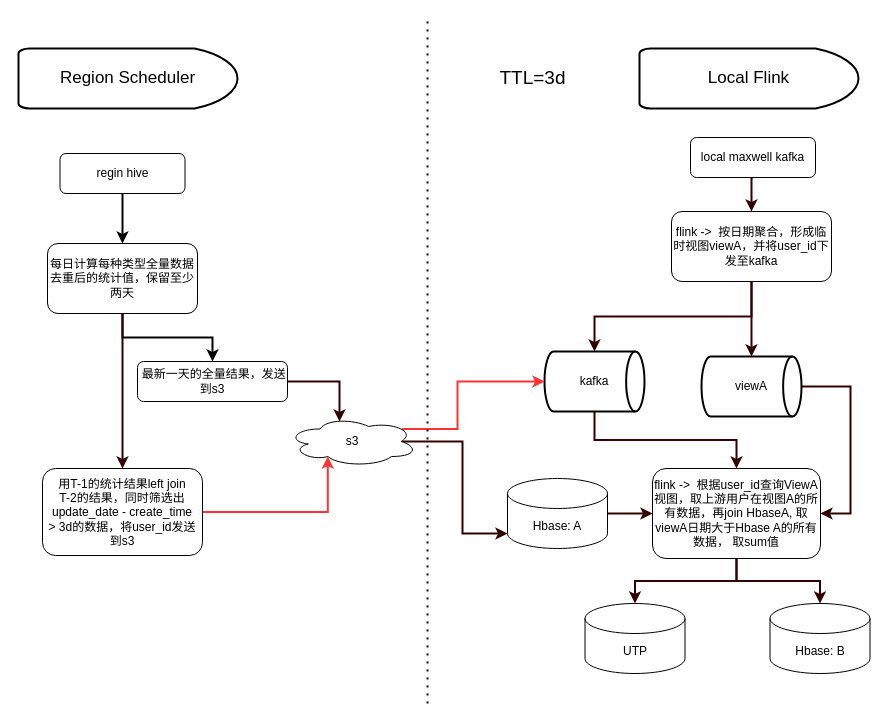
This is 未命名绘图.drawio from LadyTao/flink-study, a draw.io file, before an edit. Source tidied: cells renumbered, new cells numbered last; positions are measured from the earlier drawing's top-left corner, leaving out a move shared by most shapes. Both pictures are drawn from the tidied source at 100%, with x=0, y=0 at pixel (18, 18).
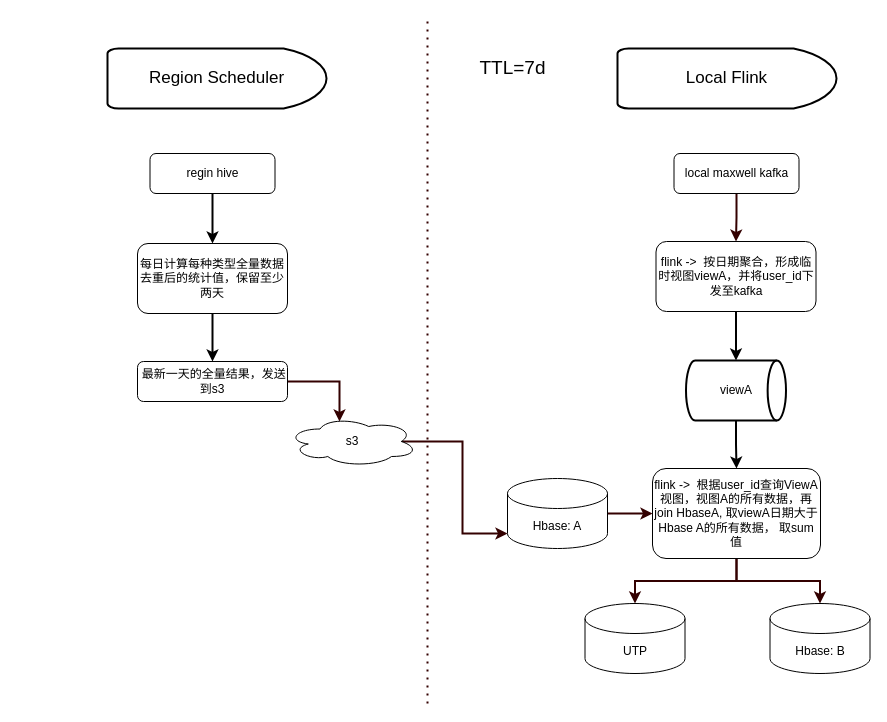
The same page after the edit.

Commit message:
更新未命名绘图.drawio

The change refers to these unchanged cells:
```xml
<mxCell id="29" value="s3" style="ellipse;shape=cloud;whiteSpace=wrap;html=1;" parent="1" vertex="1">
  <mxGeometry x="269" y="398" width="130" height="50" as="geometry" />
</mxCell>
```

The edit, as a diff of the source:
```diff
@@
     <mxCell id="3" value="regin hive" style="rounded=1;whiteSpace=wrap;html=1;" parent="1" vertex="1">
-      <mxGeometry x="41.5" y="135" width="125" height="40" as="geometry" />
+      <mxGeometry x="131.5" y="135" width="125" height="40" as="geometry" />
     </mxCell>
@@
     <mxCell id="5" value="local maxwell kafka" style="rounded=1;whiteSpace=wrap;html=1;" parent="1" vertex="1">
-      <mxGeometry x="672" y="119" width="125" height="40" as="geometry" />
+      <mxGeometry x="655.5" y="135" width="125" height="40" as="geometry" />
     </mxCell>
@@
-    <mxCell id="7" style="edgeStyle=orthogonalEdgeStyle;rounded=0;jettySize=auto;html=1;exitX=0.5;exitY=1;exitDx=0;exitDy=0;strokeColor=#330000;strokeWidth=2;fontSize=13;" parent="1" edge="1" source="8" target="31">
-      <mxGeometry relative="1" as="geometry" />
-    </mxCell>
     <mxCell id="8" value="每日计算每种类型全量数据去重后的统计值，保留至少两天" style="rounded=1;whiteSpace=wrap;html=1;" parent="1" vertex="1">
-      <mxGeometry x="29" y="225" width="150" height="70" as="geometry" />
+      <mxGeometry x="119" y="225" width="150" height="70" as="geometry" />
     </mxCell>
@@
-    <mxCell id="13" style="edgeStyle=orthogonalEdgeStyle;rounded=0;jettySize=auto;html=1;exitX=0.5;exitY=1;exitDx=0;exitDy=0;strokeColor=#330000;strokeWidth=2;" parent="1" edge="1" source="15" target="17">
-      <mxGeometry relative="1" as="geometry" />
-    </mxCell>
-    <mxCell id="14" style="edgeStyle=orthogonalEdgeStyle;rounded=0;jettySize=auto;html=1;exitX=0.5;exitY=1;exitDx=0;exitDy=0;entryX=0.5;entryY=0;entryDx=0;entryDy=0;entryPerimeter=0;strokeColor=#330000;strokeWidth=2;" parent="1" edge="1" source="15" target="24">
+    <mxCell id="14" style="edgeStyle=orthogonalEdgeStyle;rounded=0;jettySize=auto;html=1;exitX=0.5;exitY=1;exitDx=0;exitDy=0;entryX=0.5;entryY=0;entryDx=0;entryDy=0;entryPerimeter=0;strokeWidth=2;" parent="1" edge="1" source="15" target="24">
       <mxGeometry relative="1" as="geometry" />
     </mxCell>
     <mxCell id="15" value="flink -&amp;gt;&amp;nbsp; 按日期聚合，形成临时视图viewA，并将user_id下发至kafka" style="rounded=1;whiteSpace=wrap;html=1;" parent="1" vertex="1">
-      <mxGeometry x="653" y="193" width="160" height="70" as="geometry" />
+      <mxGeometry x="637.5" y="223" width="160" height="70" as="geometry" />
     </mxCell>
-    <mxCell id="16" style="edgeStyle=orthogonalEdgeStyle;rounded=0;jettySize=auto;html=1;exitX=0.5;exitY=1;exitDx=0;exitDy=0;exitPerimeter=0;strokeColor=#330000;strokeWidth=2;" parent="1" edge="1" source="17" target="20">
-      <mxGeometry relative="1" as="geometry" />
-    </mxCell>
-    <mxCell id="17" value="kafka" style="strokeWidth=2;html=1;shape=mxgraph.flowchart.direct_data;whiteSpace=wrap;" parent="1" vertex="1">
-      <mxGeometry x="526" y="333" width="100" height="60" as="geometry" />
-    </mxCell>
@@
-    <mxCell id="20" value="flink -&amp;gt;&amp;nbsp; 根据user_id查询ViewA视图，取上游用户在视图A的所有数据，再join HbaseA, 取viewA日期大于Hbase A的所有数据， 取sum值" style="rounded=1;whiteSpace=wrap;html=1;" parent="1" vertex="1">
+    <mxCell id="20" value="flink -&amp;gt;&amp;nbsp; 根据user_id查询ViewA视图，视图A的所有数据，再join HbaseA, 取viewA日期大于Hbase A的所有数据， 取sum值" style="rounded=1;whiteSpace=wrap;html=1;" parent="1" vertex="1">
       <mxGeometry x="634" y="450" width="168" height="90" as="geometry" />
     </mxCell>
@@
-    <mxCell id="23" style="edgeStyle=orthogonalEdgeStyle;rounded=0;jettySize=auto;html=1;exitX=1;exitY=0.5;exitDx=0;exitDy=0;exitPerimeter=0;entryX=1;entryY=0.5;entryDx=0;entryDy=0;strokeColor=#330000;strokeWidth=2;" parent="1" edge="1" source="24" target="20">
-      <mxGeometry relative="1" as="geometry">
-        <Array as="points">
-          <mxPoint x="832" y="368" />
-          <mxPoint x="832" y="495" />
-        </Array>
-      </mxGeometry>
+    <mxCell id="23" style="edgeStyle=orthogonalEdgeStyle;rounded=0;jettySize=auto;html=1;exitX=0.5;exitY=1;exitDx=0;exitDy=0;exitPerimeter=0;strokeWidth=2;" parent="1" edge="1" source="24" target="20">
+      <mxGeometry relative="1" as="geometry" />
     </mxCell>
     <mxCell id="24" value="viewA" style="strokeWidth=2;html=1;shape=mxgraph.flowchart.direct_data;whiteSpace=wrap;" parent="1" vertex="1">
-      <mxGeometry x="683" y="338" width="100" height="60" as="geometry" />
+      <mxGeometry x="667.5" y="342" width="100" height="60" as="geometry" />
     </mxCell>
     <mxCell id="25" value="&lt;font style=&quot;font-size: 17px;&quot;&gt;Region Scheduler&lt;/font&gt;" style="strokeWidth=2;html=1;shape=mxgraph.flowchart.delay;whiteSpace=wrap;fontSize=16;" parent="1" vertex="1">
-      <mxGeometry y="30" width="219" height="60" as="geometry" />
+      <mxGeometry x="89" y="30" width="219" height="60" as="geometry" />
     </mxCell>
     <mxCell id="26" value="&lt;font style=&quot;font-size: 17px;&quot;&gt;Local Flink&lt;/font&gt;" style="strokeWidth=2;html=1;shape=mxgraph.flowchart.delay;whiteSpace=wrap;fontSize=16;" parent="1" vertex="1">
-      <mxGeometry x="621" y="30" width="219" height="60" as="geometry" />
+      <mxGeometry x="599" y="30" width="219" height="60" as="geometry" />
     </mxCell>
@@
-    <mxCell id="28" style="edgeStyle=orthogonalEdgeStyle;rounded=0;jettySize=auto;html=1;exitX=0.88;exitY=0.25;exitDx=0;exitDy=0;exitPerimeter=0;entryX=0;entryY=0.5;entryDx=0;entryDy=0;entryPerimeter=0;strokeColor=#FF3333;strokeWidth=2;fontSize=13;" parent="1" edge="1" source="29" target="17">
-      <mxGeometry relative="1" as="geometry">
-        <Array as="points">
-          <mxPoint x="439" y="411" />
-          <mxPoint x="439" y="363" />
-        </Array>
-      </mxGeometry>
-    </mxCell>
@@
-    <mxCell id="30" style="edgeStyle=orthogonalEdgeStyle;rounded=0;jettySize=auto;html=1;exitX=1;exitY=0.5;exitDx=0;exitDy=0;entryX=0.31;entryY=0.8;entryDx=0;entryDy=0;entryPerimeter=0;strokeColor=#FF3333;strokeWidth=2;fontSize=13;" parent="1" edge="1" source="31" target="29">
-      <mxGeometry relative="1" as="geometry" />
-    </mxCell>
-    <mxCell id="31" value="用T-1的统计结果left join &lt;br&gt;T-2的结果，同时筛选出update_date - create_time &lt;br&gt;&amp;gt; 3d的数据，将user_id发送到s3" style="rounded=1;whiteSpace=wrap;html=1;" parent="1" vertex="1">
-      <mxGeometry x="24" y="450" width="160" height="87" as="geometry" />
-    </mxCell>
-    <mxCell id="32" value="&lt;font style=&quot;font-size: 19px;&quot;&gt;TTL=3d&lt;/font&gt;" style="text;html=1;align=center;verticalAlign=middle;fillColor=none;strokeColor=none;rounded=0;fontSize=13;" parent="1" vertex="1">
-      <mxGeometry x="469" y="40" width="90" height="40" as="geometry" />
+    <mxCell id="32" value="&lt;font style=&quot;font-size: 19px;&quot;&gt;TTL=7d&lt;/font&gt;" style="text;html=1;align=center;verticalAlign=middle;fillColor=none;strokeColor=none;rounded=0;fontSize=13;" parent="1" vertex="1">
+      <mxGeometry x="449" y="30" width="90" height="40" as="geometry" />
     </mxCell>
```
